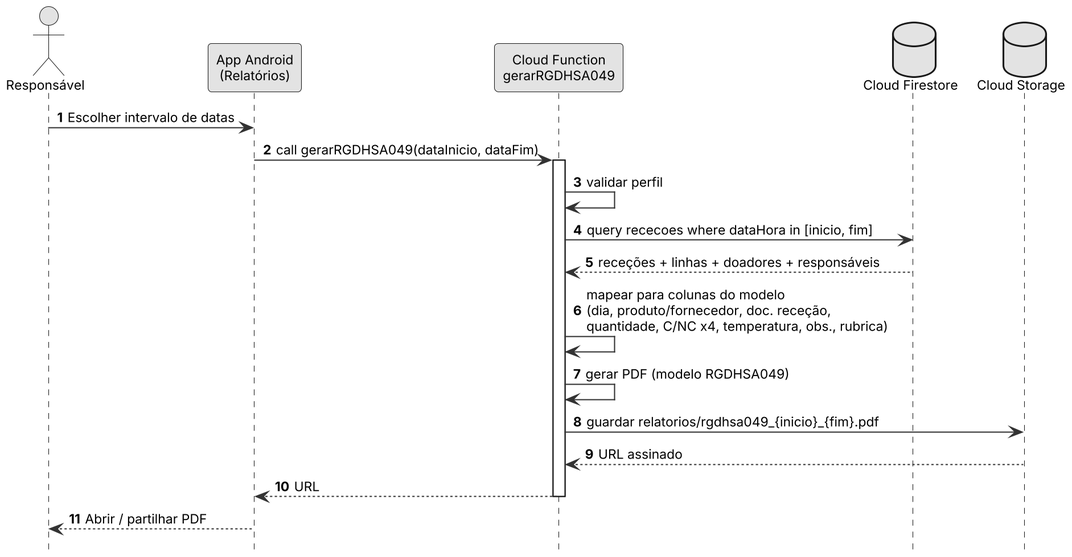
Miguel31028/GASC keeps this PlantUML diagram as Docs/diagramas/sq_rgdhsa049.png. Above is the earlier version.
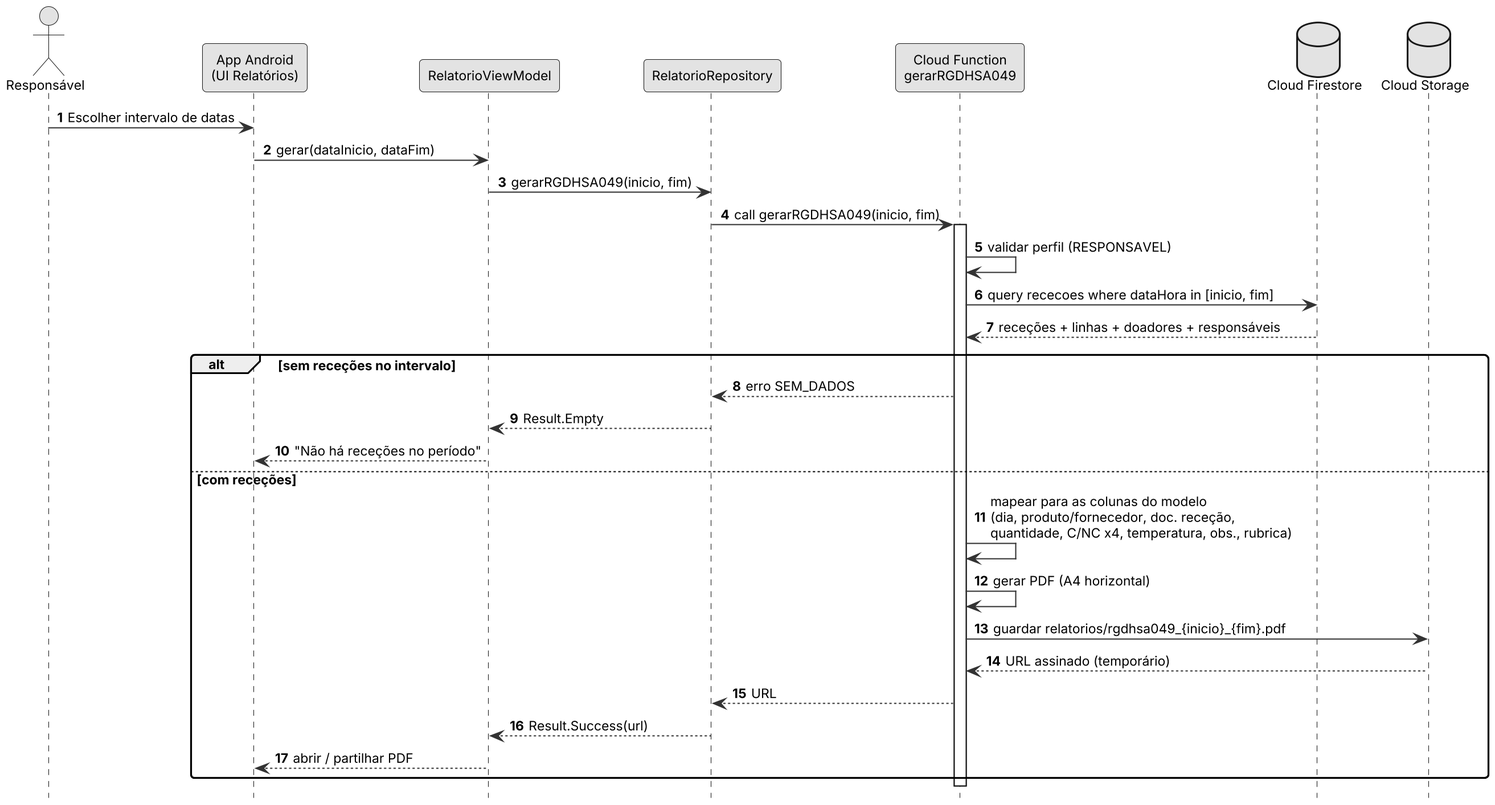
Above is the later version.

What changed in the source:
```diff
@@ -2,22 +2,33 @@
 !include _estilo.iuml
 autonumber
 actor "Responsável" as RS
-participant "App Android\n(Relatórios)" as UI
+participant "App Android\n(UI Relatórios)" as UI
+participant "RelatorioViewModel" as VM
+participant "RelatorioRepository" as RP
 participant "Cloud Function\ngerarRGDHSA049" as CF
 database "Cloud Firestore" as FS
 database "Cloud Storage" as ST
 
 RS -> UI : Escolher intervalo de datas
-UI -> CF : call gerarRGDHSA049(dataInicio, dataFim)
+UI -> VM : gerar(dataInicio, dataFim)
+VM -> RP : gerarRGDHSA049(inicio, fim)
+RP -> CF : call gerarRGDHSA049(inicio, fim)
 activate CF
-CF -> CF : validar perfil
+CF -> CF : validar perfil (RESPONSAVEL)
 CF -> FS : query rececoes where dataHora in [inicio, fim]
 FS --> CF : receções + linhas + doadores + responsáveis
-CF -> CF : mapear para colunas do modelo\n(dia, produto/fornecedor, doc. receção,\nquantidade, C/NC x4, temperatura, obs., rubrica)
-CF -> CF : gerar PDF (modelo RGDHSA049)
-CF -> ST : guardar relatorios/rgdhsa049_{inicio}_{fim}.pdf
-ST --> CF : URL assinado
-CF --> UI : URL
+alt sem receções no intervalo
+  CF --> RP : erro SEM_DADOS
+  RP --> VM : Result.Empty
+  VM --> UI : "Não há receções no período"
+else com receções
+  CF -> CF : mapear para as colunas do modelo\n(dia, produto/fornecedor, doc. receção,\nquantidade, C/NC x4, temperatura, obs., rubrica)
+  CF -> CF : gerar PDF (A4 horizontal)
+  CF -> ST : guardar relatorios/rgdhsa049_{inicio}_{fim}.pdf
+  ST --> CF : URL assinado (temporário)
+  CF --> RP : URL
+  RP --> VM : Result.Success(url)
+  VM --> UI : abrir / partilhar PDF
+end
 deactivate CF
-UI --> RS : Abrir / partilhar PDF
 @enduml
```
